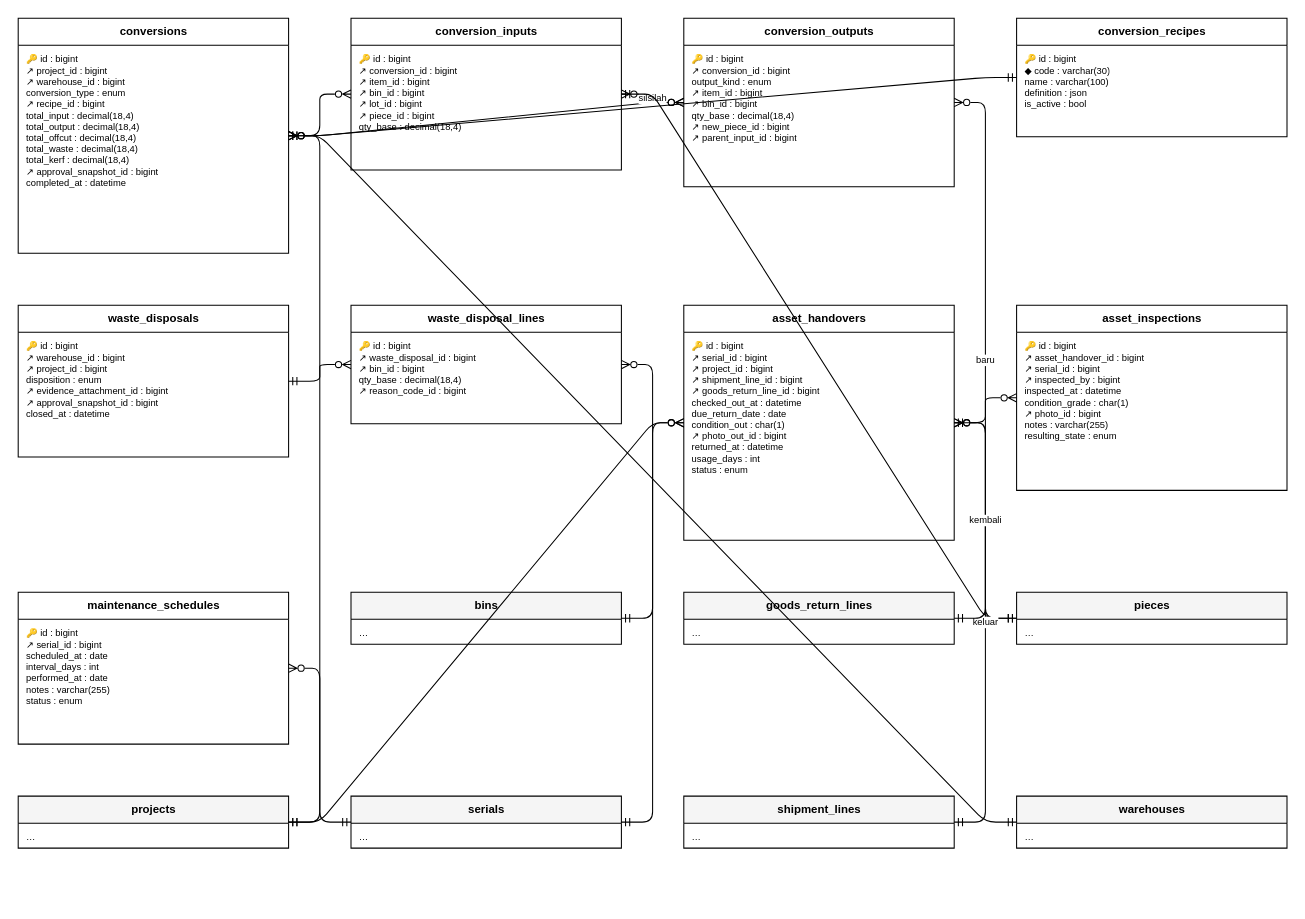
This is docs/diagram/erd-konversi-aset.drawio from HengkyDarmawan/wms, a draw.io file, before an edit. Source tidied: cells renumbered, new cells numbered last; positions are measured from the earlier drawing's top-left corner, leaving out a move shared by most shapes. Both pictures are drawn from the tidied source at 104%, with x=0, y=0 at pixel (18, 18).
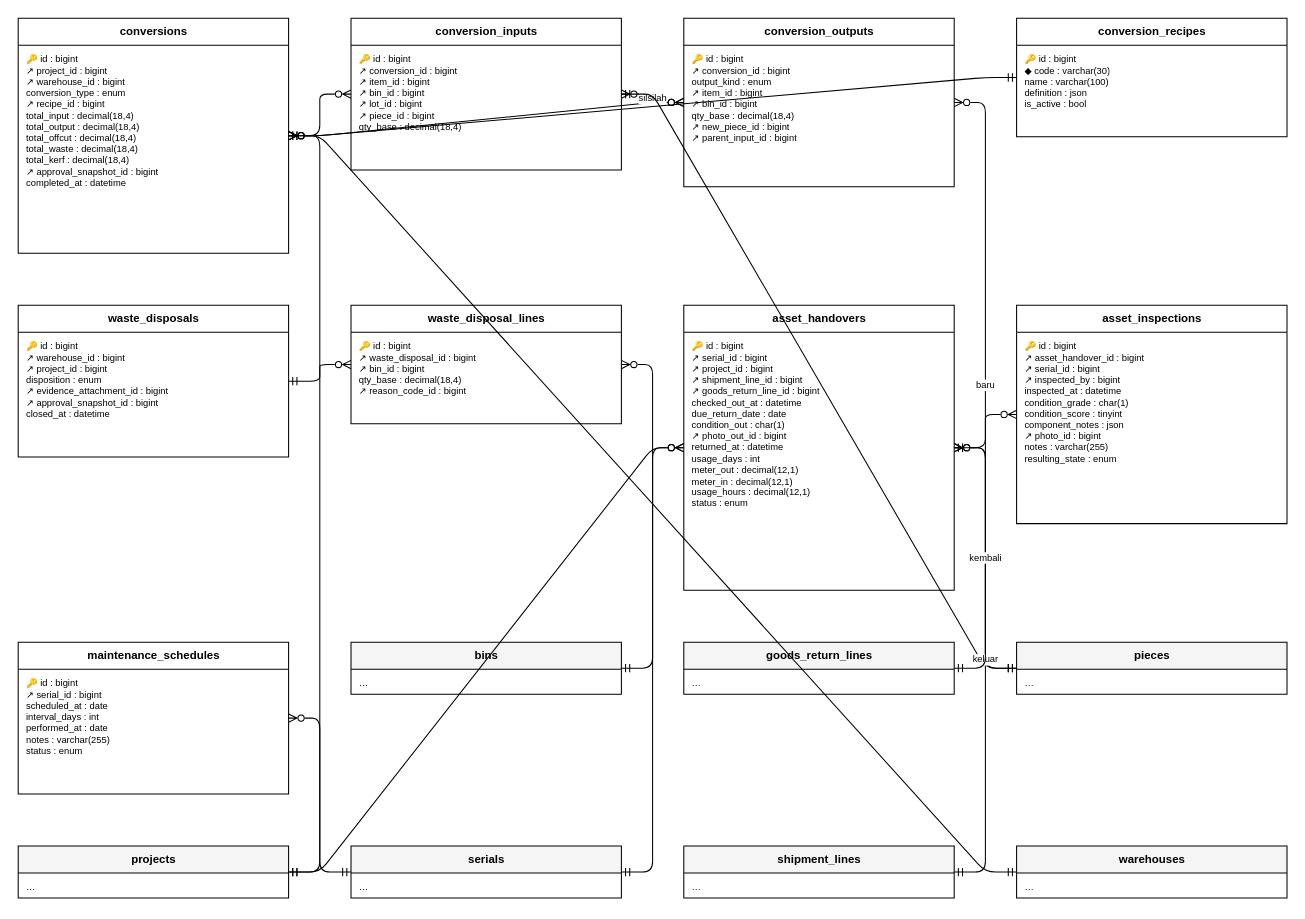
The same page after the edit.

Diff of the diagram source:
```diff
@@
     <mxCell id="14" value="asset_handovers" style="swimlane;fontStyle=1;horizontal=1;startSize=26;html=1;fontSize=11;fillColor=#FFFFFF;" parent="1" vertex="1">
-      <mxGeometry x="640" y="276" width="260" height="226" as="geometry" />
+      <mxGeometry x="640" y="276" width="260" height="274" as="geometry" />
     </mxCell>
-    <mxCell id="15" value="🔑 id : bigint&lt;br&gt;↗ serial_id : bigint&lt;br&gt;↗ project_id : bigint&lt;br&gt;↗ shipment_line_id : bigint&lt;br&gt;↗ goods_return_line_id : bigint&lt;br&gt;checked_out_at : datetime&lt;br&gt;due_return_date : date&lt;br&gt;condition_out : char(1)&lt;br&gt;↗ photo_out_id : bigint&lt;br&gt;returned_at : datetime&lt;br&gt;usage_days : int&lt;br&gt;status : enum" style="text;html=1;strokeColor=none;fillColor=none;align=left;verticalAlign=top;spacingLeft=6;spacingTop=2;fontSize=9;whiteSpace=wrap;overflow=hidden;" parent="14" vertex="1">
-      <mxGeometry y="26" width="260" height="200" as="geometry" />
+    <mxCell id="15" value="🔑 id : bigint&lt;br&gt;↗ serial_id : bigint&lt;br&gt;↗ project_id : bigint&lt;br&gt;↗ shipment_line_id : bigint&lt;br&gt;↗ goods_return_line_id : bigint&lt;br&gt;checked_out_at : datetime&lt;br&gt;due_return_date : date&lt;br&gt;condition_out : char(1)&lt;br&gt;↗ photo_out_id : bigint&lt;br&gt;returned_at : datetime&lt;br&gt;usage_days : int&lt;br&gt;meter_out : decimal(12,1)&lt;br&gt;meter_in : decimal(12,1)&lt;br&gt;usage_hours : decimal(12,1)&lt;br&gt;status : enum" style="text;html=1;strokeColor=none;fillColor=none;align=left;verticalAlign=top;spacingLeft=6;spacingTop=2;fontSize=9;whiteSpace=wrap;overflow=hidden;" parent="14" vertex="1">
+      <mxGeometry y="26" width="260" height="248" as="geometry" />
     </mxCell>
     <mxCell id="16" value="asset_inspections" style="swimlane;fontStyle=1;horizontal=1;startSize=26;html=1;fontSize=11;fillColor=#FFFFFF;" parent="1" vertex="1">
-      <mxGeometry x="960" y="276" width="260" height="178" as="geometry" />
+      <mxGeometry x="960" y="276" width="260" height="210" as="geometry" />
     </mxCell>
-    <mxCell id="17" value="🔑 id : bigint&lt;br&gt;↗ asset_handover_id : bigint&lt;br&gt;↗ serial_id : bigint&lt;br&gt;↗ inspected_by : bigint&lt;br&gt;inspected_at : datetime&lt;br&gt;condition_grade : char(1)&lt;br&gt;↗ photo_id : bigint&lt;br&gt;notes : varchar(255)&lt;br&gt;resulting_state : enum" style="text;html=1;strokeColor=none;fillColor=none;align=left;verticalAlign=top;spacingLeft=6;spacingTop=2;fontSize=9;whiteSpace=wrap;overflow=hidden;" parent="16" vertex="1">
-      <mxGeometry y="26" width="260" height="152" as="geometry" />
+    <mxCell id="17" value="🔑 id : bigint&lt;br&gt;↗ asset_handover_id : bigint&lt;br&gt;↗ serial_id : bigint&lt;br&gt;↗ inspected_by : bigint&lt;br&gt;inspected_at : datetime&lt;br&gt;condition_grade : char(1)&lt;br&gt;condition_score : tinyint&lt;br&gt;component_notes : json&lt;br&gt;↗ photo_id : bigint&lt;br&gt;notes : varchar(255)&lt;br&gt;resulting_state : enum" style="text;html=1;strokeColor=none;fillColor=none;align=left;verticalAlign=top;spacingLeft=6;spacingTop=2;fontSize=9;whiteSpace=wrap;overflow=hidden;" parent="16" vertex="1">
+      <mxGeometry y="26" width="260" height="184" as="geometry" />
     </mxCell>
     <mxCell id="18" value="maintenance_schedules" style="swimlane;fontStyle=1;horizontal=1;startSize=26;html=1;fontSize=11;fillColor=#FFFFFF;" parent="1" vertex="1">
-      <mxGeometry y="552" width="260" height="146" as="geometry" />
+      <mxGeometry y="600" width="260" height="146" as="geometry" />
     </mxCell>
@@
     <mxCell id="20" value="bins" style="swimlane;fontStyle=1;horizontal=1;startSize=26;html=1;fontSize=11;fillColor=#F5F5F5;" parent="1" vertex="1">
-      <mxGeometry x="320" y="552" width="260" height="50" as="geometry" />
+      <mxGeometry x="320" y="600" width="260" height="50" as="geometry" />
     </mxCell>
@@
     <mxCell id="22" value="goods_return_lines" style="swimlane;fontStyle=1;horizontal=1;startSize=26;html=1;fontSize=11;fillColor=#F5F5F5;" parent="1" vertex="1">
-      <mxGeometry x="640" y="552" width="260" height="50" as="geometry" />
+      <mxGeometry x="640" y="600" width="260" height="50" as="geometry" />
     </mxCell>
@@
     <mxCell id="24" value="pieces" style="swimlane;fontStyle=1;horizontal=1;startSize=26;html=1;fontSize=11;fillColor=#F5F5F5;" parent="1" vertex="1">
-      <mxGeometry x="960" y="552" width="260" height="50" as="geometry" />
+      <mxGeometry x="960" y="600" width="260" height="50" as="geometry" />
     </mxCell>
@@
     <mxCell id="26" value="projects" style="swimlane;fontStyle=1;horizontal=1;startSize=26;html=1;fontSize=11;fillColor=#F5F5F5;" parent="1" vertex="1">
-      <mxGeometry y="748" width="260" height="50" as="geometry" />
+      <mxGeometry y="796" width="260" height="50" as="geometry" />
     </mxCell>
@@
     <mxCell id="28" value="serials" style="swimlane;fontStyle=1;horizontal=1;startSize=26;html=1;fontSize=11;fillColor=#F5F5F5;" parent="1" vertex="1">
-      <mxGeometry x="320" y="748" width="260" height="50" as="geometry" />
+      <mxGeometry x="320" y="796" width="260" height="50" as="geometry" />
     </mxCell>
@@
     <mxCell id="30" value="shipment_lines" style="swimlane;fontStyle=1;horizontal=1;startSize=26;html=1;fontSize=11;fillColor=#F5F5F5;" parent="1" vertex="1">
-      <mxGeometry x="640" y="748" width="260" height="50" as="geometry" />
+      <mxGeometry x="640" y="796" width="260" height="50" as="geometry" />
     </mxCell>
@@
     <mxCell id="32" value="warehouses" style="swimlane;fontStyle=1;horizontal=1;startSize=26;html=1;fontSize=11;fillColor=#F5F5F5;" parent="1" vertex="1">
-      <mxGeometry x="960" y="748" width="260" height="50" as="geometry" />
+      <mxGeometry x="960" y="796" width="260" height="50" as="geometry" />
     </mxCell>
```
